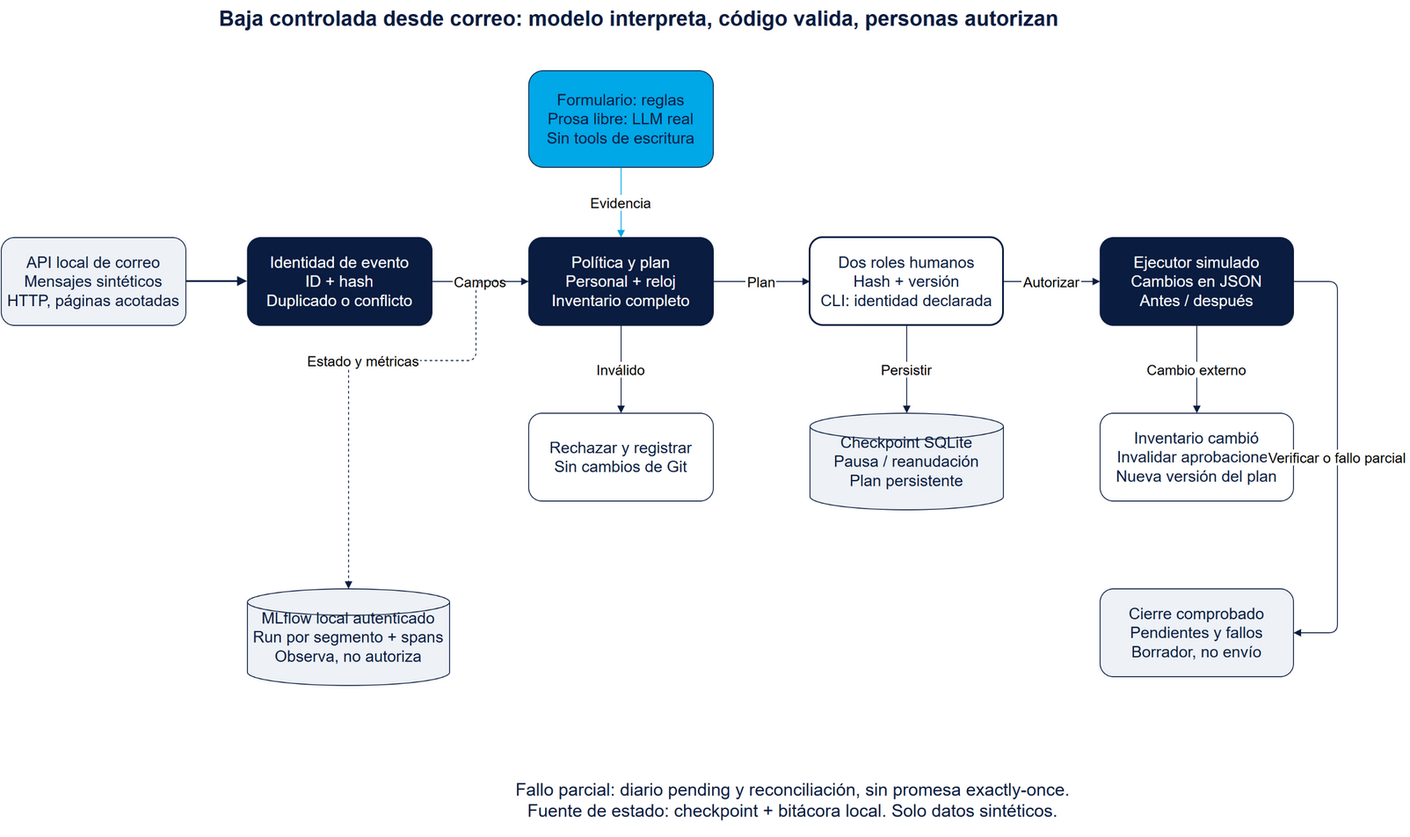
The draw.io diagram 05_caso2/docs/diagramas/caso2_correo.drawio.png in tolarteh/curso-automatizacion-inteligente, before a commit. Source tidied: cells renumbered, new cells last; positions are measured from the earlier drawing's top-left corner, leaving out a move shared by most shapes. Its diagram source:
```xml
<mxGraphModel>
  <root>
    <mxCell id="0" />
    <mxCell id="1" parent="0" />
    <mxCell id="2" value="Baja controlada desde correo: modelo interpreta, código valida, personas autorizan" style="text;html=1;align=center;fontSize=24;fontColor=#0A1C40;fontStyle=1;" parent="1" vertex="1">
      <mxGeometry width="1450" height="70" as="geometry" />
    </mxCell>
    <mxCell id="3" value="API local de correo&#10;Mensajes sintéticos&#10;HTTP, páginas acotadas" style="rounded=1;whiteSpace=wrap;html=1;fillColor=#EEF2F7;strokeColor=#0A1C40;fontColor=#0A1C40;fontSize=18;" parent="1" vertex="1">
      <mxGeometry y="270" width="210" height="100" as="geometry" />
    </mxCell>
    <mxCell id="4" value="Identidad de evento&#10;ID + hash&#10;Duplicado o conflicto" style="rounded=1;whiteSpace=wrap;html=1;fillColor=#0A1C40;strokeColor=#0A1C40;fontColor=#FFFFFF;fontSize=18;" parent="1" vertex="1">
      <mxGeometry x="280" y="270" width="210" height="100" as="geometry" />
    </mxCell>
    <mxCell id="5" value="Política y plan&#10;Personal + reloj&#10;Inventario completo" style="rounded=1;whiteSpace=wrap;html=1;fillColor=#0A1C40;strokeColor=#0A1C40;fontColor=#FFFFFF;fontSize=18;" parent="1" vertex="1">
      <mxGeometry x="600" y="270" width="210" height="100" as="geometry" />
    </mxCell>
    <mxCell id="6" value="Dos roles humanos&#10;Hash + versión&#10;CLI: identidad declarada" style="rounded=1;whiteSpace=wrap;html=1;fillColor=#FFFFFF;strokeColor=#0A1C40;fontColor=#0A1C40;fontSize=18;strokeWidth=2;" parent="1" vertex="1">
      <mxGeometry x="920" y="270" width="220" height="100" as="geometry" />
    </mxCell>
    <mxCell id="7" value="Ejecutor simulado&#10;Cambios en JSON&#10;Antes / después" style="rounded=1;whiteSpace=wrap;html=1;fillColor=#0A1C40;strokeColor=#0A1C40;fontColor=#FFFFFF;fontSize=18;" parent="1" vertex="1">
      <mxGeometry x="1250" y="270" width="220" height="100" as="geometry" />
    </mxCell>
    <mxCell id="8" value="Formulario: reglas&#10;Prosa libre: LLM real&#10;Sin tools de escritura" style="rounded=1;whiteSpace=wrap;html=1;fillColor=#00A8E8;strokeColor=#0A1C40;fontColor=#0A1C40;fontSize=18;" parent="1" vertex="1">
      <mxGeometry x="600" y="80" width="210" height="110" as="geometry" />
    </mxCell>
    <mxCell id="9" value="Rechazar y registrar&#10;Sin cambios de Git" style="rounded=1;whiteSpace=wrap;html=1;fillColor=#FFFFFF;strokeColor=#0A1C40;fontColor=#0A1C40;fontSize=18;" parent="1" vertex="1">
      <mxGeometry x="600" y="470" width="210" height="100" as="geometry" />
    </mxCell>
    <mxCell id="10" value="Checkpoint SQLite&#10;Pausa / reanudación&#10;Plan persistente" style="shape=cylinder3;whiteSpace=wrap;html=1;fillColor=#EEF2F7;strokeColor=#0A1C40;fontColor=#0A1C40;fontSize=18;" parent="1" vertex="1">
      <mxGeometry x="920" y="470" width="220" height="110" as="geometry" />
    </mxCell>
    <mxCell id="11" value="Cierre comprobado&#10;Pendientes y fallos&#10;Borrador, no envío" style="rounded=1;whiteSpace=wrap;html=1;fillColor=#EEF2F7;strokeColor=#0A1C40;fontColor=#0A1C40;fontSize=18;" parent="1" vertex="1">
      <mxGeometry x="1250" y="670" width="220" height="100" as="geometry" />
    </mxCell>
    <mxCell id="12" value="Inventario cambió&#10;Invalidar aprobaciones&#10;Nueva versión del plan" style="rounded=1;whiteSpace=wrap;html=1;fillColor=#FFFFFF;strokeColor=#0A1C40;fontColor=#0A1C40;fontSize=18;" parent="1" vertex="1">
      <mxGeometry x="1250" y="470" width="220" height="100" as="geometry" />
    </mxCell>
    <mxCell id="13" value="MLflow local autenticado&#10;Run por segmento + spans&#10;Observa, no autoriza" style="shape=cylinder3;whiteSpace=wrap;html=1;fillColor=#EEF2F7;strokeColor=#0A1C40;fontColor=#0A1C40;fontSize=18;" parent="1" vertex="1">
      <mxGeometry x="280" y="670" width="230" height="110" as="geometry" />
    </mxCell>
    <mxCell id="14" value="Fallo parcial: diario pending y reconciliación, sin promesa exactly-once.&#10;Fuente de estado: checkpoint + bitácora local. Solo datos sintéticos." style="text;html=1;align=center;fontSize=20;fontColor=#0A1C40;" parent="1" vertex="1">
      <mxGeometry x="350" y="880" width="1100" height="70" as="geometry" />
    </mxCell>
    <mxCell id="15" style="edgeStyle=orthogonalEdgeStyle;endArrow=block;strokeColor=#0A1C40;strokeWidth=2;" parent="1" edge="1" source="3" target="4">
      <mxGeometry relative="1" as="geometry" />
    </mxCell>
    <mxCell id="16" value="Campos" style="edgeStyle=orthogonalEdgeStyle;endArrow=block;strokeColor=#0A1C40;fontSize=16;" parent="1" edge="1" source="4" target="5">
      <mxGeometry relative="1" as="geometry" />
    </mxCell>
    <mxCell id="17" value="Plan" style="edgeStyle=orthogonalEdgeStyle;endArrow=block;strokeColor=#0A1C40;fontSize=16;" parent="1" edge="1" source="5" target="6">
      <mxGeometry relative="1" as="geometry" />
    </mxCell>
    <mxCell id="18" value="Autorizar" style="edgeStyle=orthogonalEdgeStyle;endArrow=block;strokeColor=#0A1C40;fontSize=16;" parent="1" edge="1" source="6" target="7">
      <mxGeometry relative="1" as="geometry" />
    </mxCell>
    <mxCell id="19" value="Evidencia" style="edgeStyle=orthogonalEdgeStyle;endArrow=block;strokeColor=#00A8E8;fontSize=16;" parent="1" edge="1" source="8" target="5">
      <mxGeometry relative="1" as="geometry" />
    </mxCell>
    <mxCell id="20" value="Inválido" style="edgeStyle=orthogonalEdgeStyle;endArrow=block;strokeColor=#0A1C40;fontSize=16;" parent="1" edge="1" source="5" target="9">
      <mxGeometry relative="1" as="geometry" />
    </mxCell>
    <mxCell id="21" value="Persistir" style="edgeStyle=orthogonalEdgeStyle;endArrow=block;strokeColor=#0A1C40;fontSize=16;" parent="1" edge="1" source="6" target="10">
      <mxGeometry relative="1" as="geometry" />
    </mxCell>
    <mxCell id="22" value="Cambio externo" style="edgeStyle=orthogonalEdgeStyle;endArrow=block;strokeColor=#0A1C40;fontSize=16;" parent="1" edge="1" source="7" target="12">
      <mxGeometry relative="1" as="geometry" />
    </mxCell>
    <mxCell id="23" value="Verificar o fallo parcial" style="edgeStyle=orthogonalEdgeStyle;endArrow=block;strokeColor=#0A1C40;fontSize=16;exitX=1;exitY=0.5;entryX=1;entryY=0.5;" parent="1" edge="1" source="7" target="11">
      <mxGeometry relative="1" as="geometry">
        <Array as="points">
          <mxPoint x="1520" y="320" />
          <mxPoint x="1520" y="720" />
        </Array>
      </mxGeometry>
    </mxCell>
    <mxCell id="24" value="Estado y métricas" style="edgeStyle=orthogonalEdgeStyle;endArrow=block;dashed=1;strokeColor=#0A1C40;fontSize=16;exitX=0;exitY=0.5;entryX=0.5;entryY=0;" parent="1" edge="1" source="5" target="13">
      <mxGeometry relative="1" as="geometry">
        <Array as="points">
          <mxPoint x="540" y="410" />
          <mxPoint x="395" y="410" />
        </Array>
      </mxGeometry>
    </mxCell>
  </root>
</mxGraphModel>
```
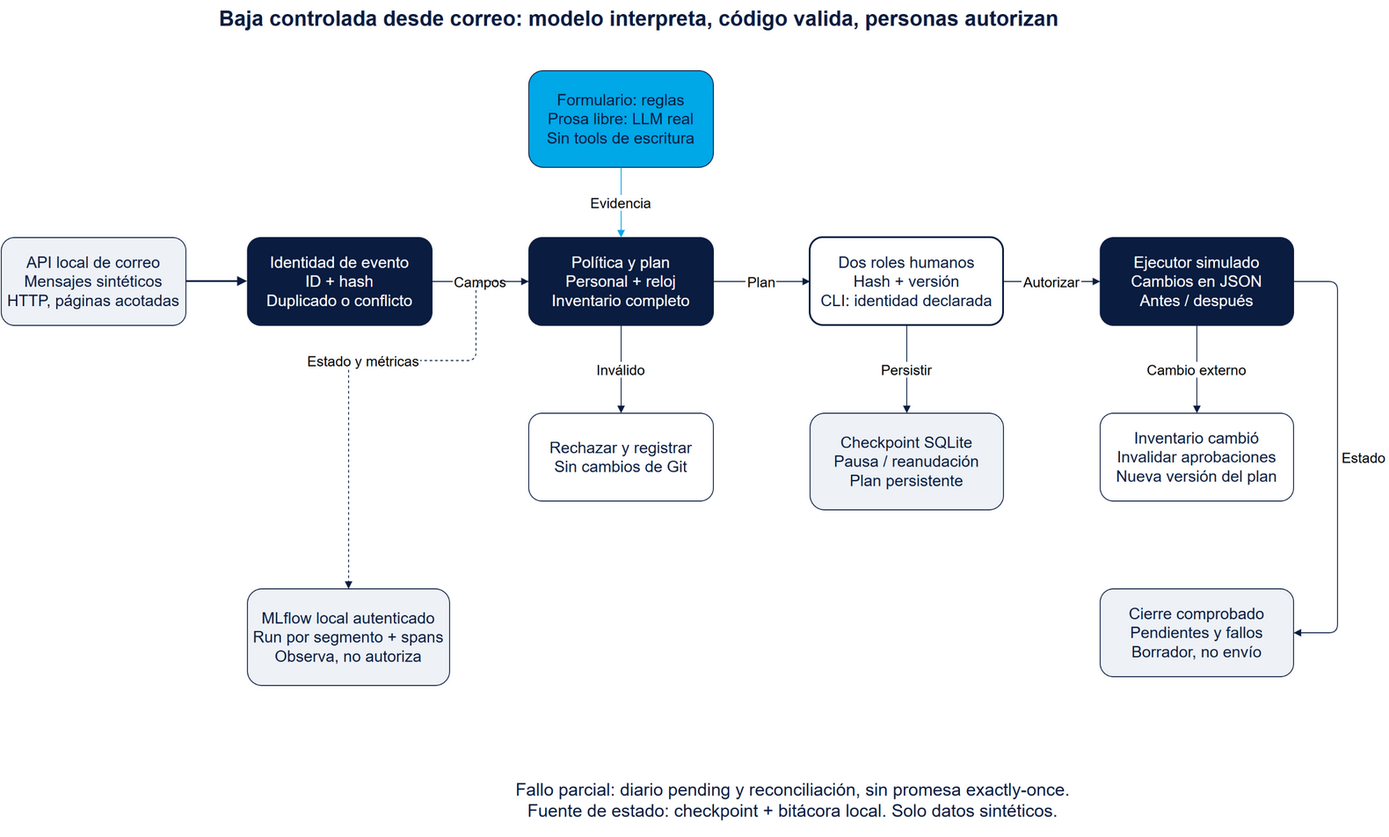
The same file after the commit.

Commit message:
docs(caso2): despejar etiquetas del PNG editable

Diff of the diagram source:
```diff
@@ -26,7 +26,7 @@
     <mxCell id="9" value="Rechazar y registrar&#10;Sin cambios de Git" style="rounded=1;whiteSpace=wrap;html=1;fillColor=#FFFFFF;strokeColor=#0A1C40;fontColor=#0A1C40;fontSize=18;" parent="1" vertex="1">
       <mxGeometry x="600" y="470" width="210" height="100" as="geometry" />
     </mxCell>
-    <mxCell id="10" value="Checkpoint SQLite&#10;Pausa / reanudación&#10;Plan persistente" style="shape=cylinder3;whiteSpace=wrap;html=1;fillColor=#EEF2F7;strokeColor=#0A1C40;fontColor=#0A1C40;fontSize=18;" parent="1" vertex="1">
+    <mxCell id="10" value="Checkpoint SQLite&#10;Pausa / reanudación&#10;Plan persistente" style="rounded=1;whiteSpace=wrap;html=1;fillColor=#EEF2F7;strokeColor=#0A1C40;fontColor=#0A1C40;fontSize=18;" parent="1" vertex="1">
       <mxGeometry x="920" y="470" width="220" height="110" as="geometry" />
     </mxCell>
     <mxCell id="11" value="Cierre comprobado&#10;Pendientes y fallos&#10;Borrador, no envío" style="rounded=1;whiteSpace=wrap;html=1;fillColor=#EEF2F7;strokeColor=#0A1C40;fontColor=#0A1C40;fontSize=18;" parent="1" vertex="1">
@@ -35,7 +35,7 @@
     <mxCell id="12" value="Inventario cambió&#10;Invalidar aprobaciones&#10;Nueva versión del plan" style="rounded=1;whiteSpace=wrap;html=1;fillColor=#FFFFFF;strokeColor=#0A1C40;fontColor=#0A1C40;fontSize=18;" parent="1" vertex="1">
       <mxGeometry x="1250" y="470" width="220" height="100" as="geometry" />
     </mxCell>
-    <mxCell id="13" value="MLflow local autenticado&#10;Run por segmento + spans&#10;Observa, no autoriza" style="shape=cylinder3;whiteSpace=wrap;html=1;fillColor=#EEF2F7;strokeColor=#0A1C40;fontColor=#0A1C40;fontSize=18;" parent="1" vertex="1">
+    <mxCell id="13" value="MLflow local autenticado&#10;Run por segmento + spans&#10;Observa, no autoriza" style="rounded=1;whiteSpace=wrap;html=1;fillColor=#EEF2F7;strokeColor=#0A1C40;fontColor=#0A1C40;fontSize=18;" parent="1" vertex="1">
       <mxGeometry x="280" y="670" width="230" height="110" as="geometry" />
     </mxCell>
     <mxCell id="14" value="Fallo parcial: diario pending y reconciliación, sin promesa exactly-once.&#10;Fuente de estado: checkpoint + bitácora local. Solo datos sintéticos." style="text;html=1;align=center;fontSize=20;fontColor=#0A1C40;" parent="1" vertex="1">
@@ -65,12 +65,13 @@
     <mxCell id="22" value="Cambio externo" style="edgeStyle=orthogonalEdgeStyle;endArrow=block;strokeColor=#0A1C40;fontSize=16;" parent="1" edge="1" source="7" target="12">
       <mxGeometry relative="1" as="geometry" />
     </mxCell>
-    <mxCell id="23" value="Verificar o fallo parcial" style="edgeStyle=orthogonalEdgeStyle;endArrow=block;strokeColor=#0A1C40;fontSize=16;exitX=1;exitY=0.5;entryX=1;entryY=0.5;" parent="1" edge="1" source="7" target="11">
+    <mxCell id="23" value="Estado" style="edgeStyle=orthogonalEdgeStyle;endArrow=block;strokeColor=#0A1C40;fontSize=16;exitX=1;exitY=0.5;entryX=1;entryY=0.5;" parent="1" edge="1" source="7" target="11">
       <mxGeometry relative="1" as="geometry">
         <Array as="points">
           <mxPoint x="1520" y="320" />
           <mxPoint x="1520" y="720" />
         </Array>
+        <mxPoint x="30" as="offset" />
       </mxGeometry>
     </mxCell>
     <mxCell id="24" value="Estado y métricas" style="edgeStyle=orthogonalEdgeStyle;endArrow=block;dashed=1;strokeColor=#0A1C40;fontSize=16;exitX=0;exitY=0.5;entryX=0.5;entryY=0;" parent="1" edge="1" source="5" target="13">
```
